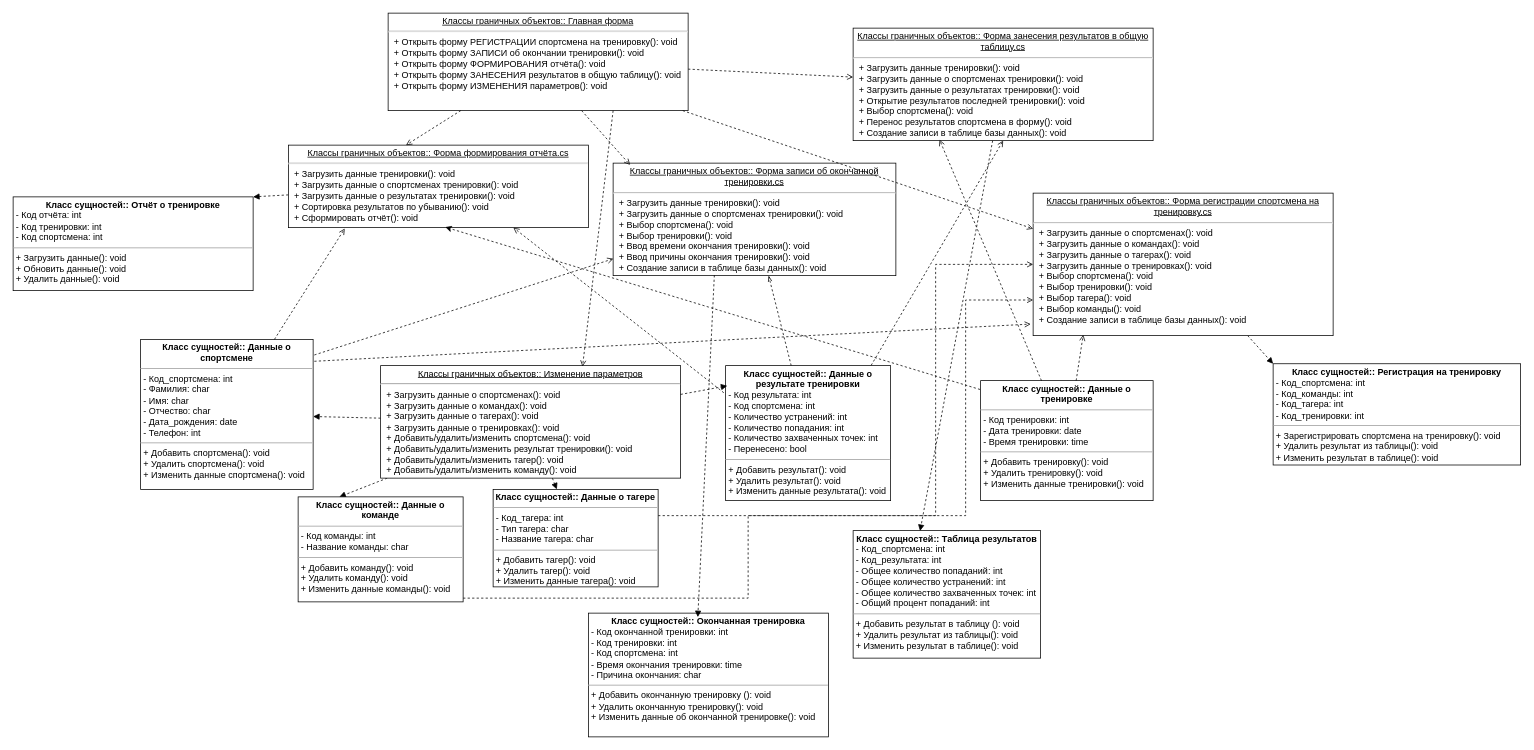
Above: Решения/Часть 3. Схемы/Диаграмма классов.drawio in VentoAureo12/Projecting-n-Design (draw.io), before the change. Source tidied: cells renumbered, new cells numbered last; positions are measured from the earlier drawing's top-left corner, leaving out a move shared by most shapes. Both pictures are drawn from the tidied source at 75%, with x=0, y=0 at pixel (13, 13).
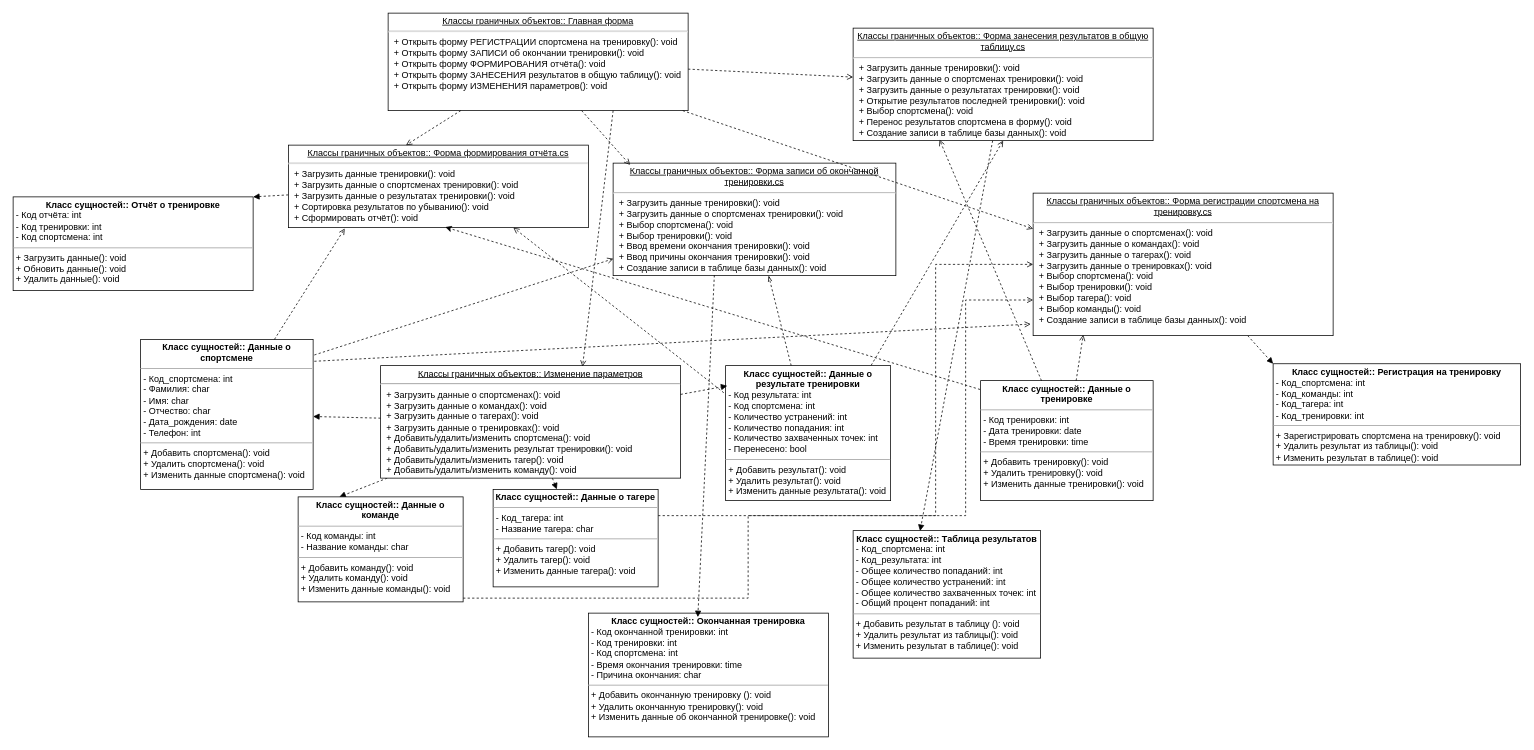
The same page after the edit.

Diff of the diagram source:
```diff
@@
-    <mxCell id="17" value="&lt;p style=&quot;margin:0px;margin-top:4px;text-align:center;&quot;&gt;&lt;b&gt;Класс сущностей:: Данные о тагере&lt;/b&gt;&lt;/p&gt;&lt;hr size=&quot;1&quot;&gt;&lt;p style=&quot;margin:0px;margin-left:4px;&quot;&gt;- Код_тагера: int&lt;br&gt;- Тип тагера: char&lt;/p&gt;&lt;p style=&quot;margin:0px;margin-left:4px;&quot;&gt;- Название тагера: char&lt;/p&gt;&lt;hr size=&quot;1&quot;&gt;&lt;p style=&quot;margin:0px;margin-left:4px;&quot;&gt;+ Добавить тагер(): void&lt;br&gt;+ Удалить тагер(): void&lt;br&gt;&lt;/p&gt;&lt;p style=&quot;margin:0px;margin-left:4px;&quot;&gt;+ Изменить данные тагера(): void&lt;br&gt;&lt;/p&gt;" style="verticalAlign=top;align=left;overflow=fill;fontSize=12;fontFamily=Helvetica;html=1;whiteSpace=wrap;" parent="1" vertex="1">
+    <mxCell id="17" value="&lt;p style=&quot;margin:0px;margin-top:4px;text-align:center;&quot;&gt;&lt;b&gt;Класс сущностей:: Данные о тагере&lt;/b&gt;&lt;/p&gt;&lt;hr size=&quot;1&quot;&gt;&lt;p style=&quot;margin:0px;margin-left:4px;&quot;&gt;- Код_тагера: int&lt;br&gt;&lt;/p&gt;&lt;p style=&quot;margin:0px;margin-left:4px;&quot;&gt;- Название тагера: char&lt;/p&gt;&lt;hr size=&quot;1&quot;&gt;&lt;p style=&quot;margin:0px;margin-left:4px;&quot;&gt;+ Добавить тагер(): void&lt;br&gt;+ Удалить тагер(): void&lt;br&gt;&lt;/p&gt;&lt;p style=&quot;margin:0px;margin-left:4px;&quot;&gt;+ Изменить данные тагера(): void&lt;br&gt;&lt;/p&gt;" style="verticalAlign=top;align=left;overflow=fill;fontSize=12;fontFamily=Helvetica;html=1;whiteSpace=wrap;" parent="1" vertex="1">
       <mxGeometry x="640" y="635" width="220" height="130" as="geometry" />
     </mxCell>
```
